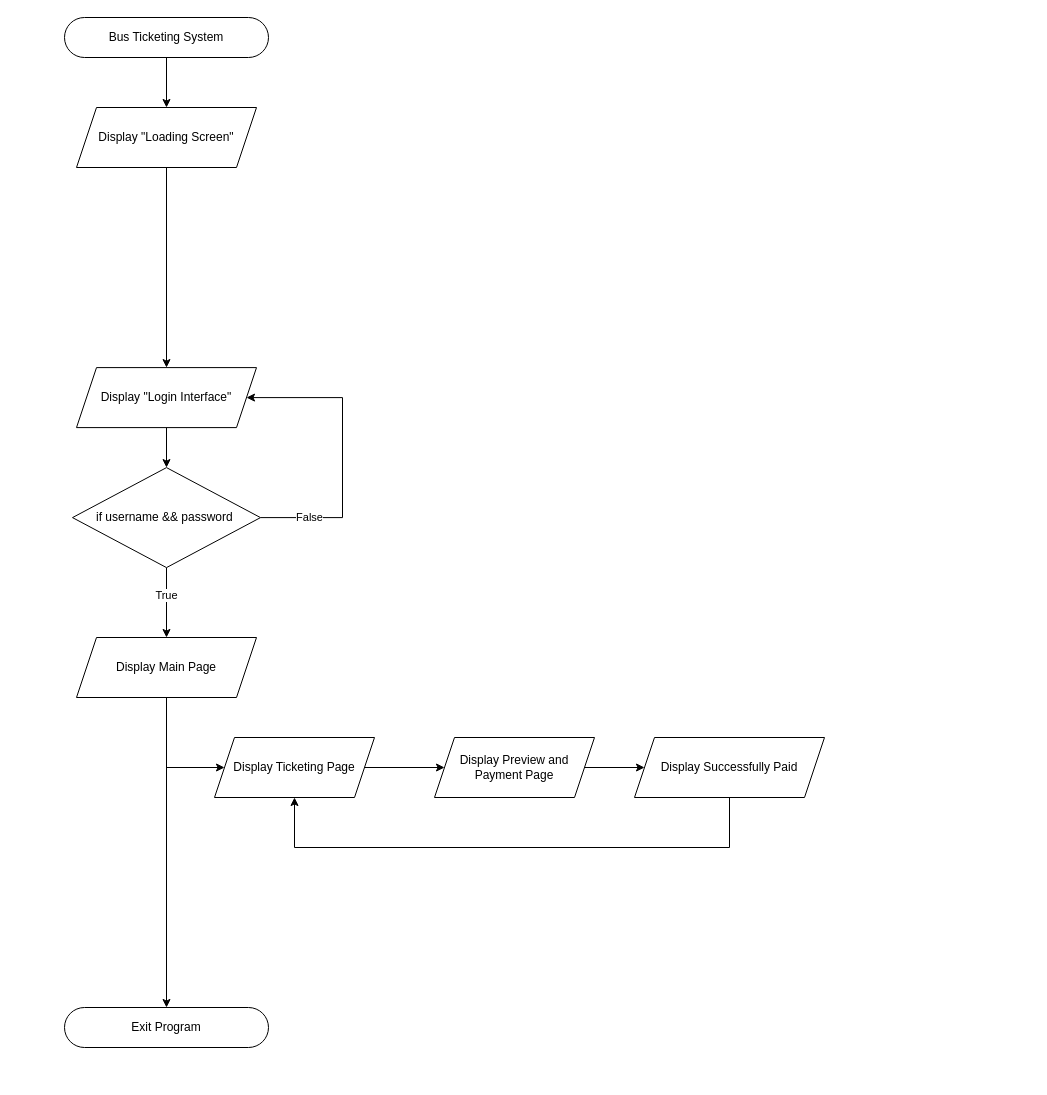
Above: Documenation/Bus Ticketing System.drawio in kenny2125/CC103-PROJECT-PROPOSAL (draw.io), before the change. Source tidied: cells renumbered, new cells numbered last; positions are measured from the earlier drawing's top-left corner, leaving out a move shared by most shapes. Both pictures are drawn from the tidied source at 100%, with x=0, y=0 at pixel (64, 17).
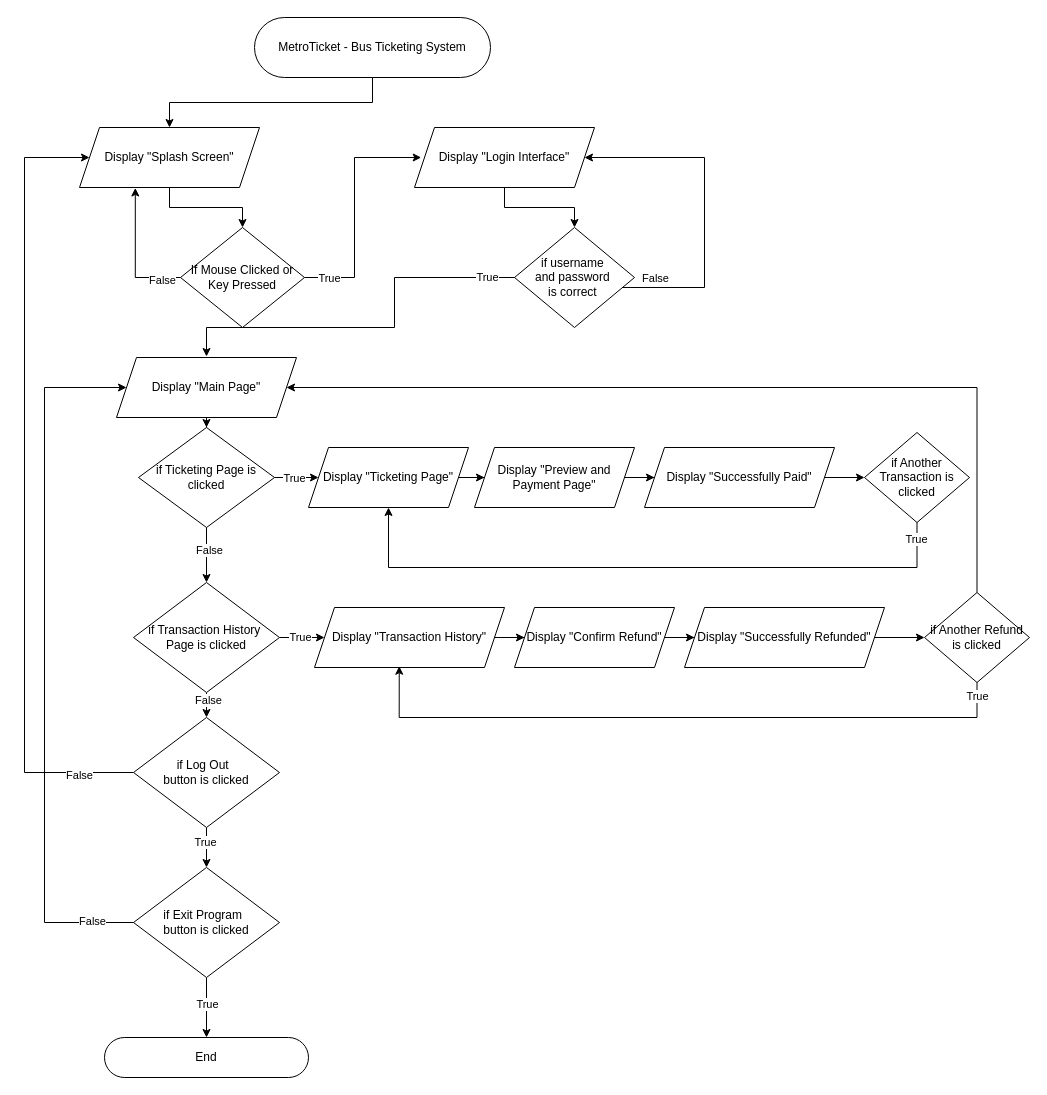
The same page after the edit.

Diff of the diagram source:
```diff
@@
-    <mxCell id="3" value="Bus Ticketing System" style="rounded=1;whiteSpace=wrap;html=1;fontSize=12;glass=0;strokeWidth=1;shadow=0;arcSize=50;" parent="1" vertex="1">
-      <mxGeometry width="204" height="40" as="geometry" />
+    <mxCell id="3" value="&lt;span class=&quot;OYPEnA text-decoration-none text-strikethrough-none&quot;&gt;MetroTicket -&amp;nbsp;&lt;/span&gt;Bus Ticketing System" style="rounded=1;whiteSpace=wrap;html=1;fontSize=12;glass=0;strokeWidth=1;shadow=0;arcSize=50;" parent="1" vertex="1">
+      <mxGeometry x="190" width="236" height="60" as="geometry" />
     </mxCell>
@@
     <mxCell id="5" value="Display &quot;Login Interface&quot;" style="shape=parallelogram;perimeter=parallelogramPerimeter;whiteSpace=wrap;html=1;fixedSize=1;" parent="1" vertex="1">
-      <mxGeometry x="12" y="350.1" width="180" height="60" as="geometry" />
+      <mxGeometry x="350" y="110" width="180" height="60" as="geometry" />
     </mxCell>
-    <mxCell id="6" value="Exit Program" style="rounded=1;whiteSpace=wrap;html=1;fontSize=12;glass=0;strokeWidth=1;shadow=0;arcSize=50;" parent="1" vertex="1">
-      <mxGeometry y="990" width="204" height="40" as="geometry" />
+    <mxCell id="6" value="End" style="rounded=1;whiteSpace=wrap;html=1;fontSize=12;glass=0;strokeWidth=1;shadow=0;arcSize=50;" parent="1" vertex="1">
+      <mxGeometry x="40" y="1020" width="204" height="40" as="geometry" />
     </mxCell>
-    <mxCell id="7" style="edgeStyle=orthogonalEdgeStyle;rounded=0;jettySize=auto;html=1;entryX=0;entryY=0.5;entryDx=0;entryDy=0;" parent="1" edge="1" source="9" target="16">
-      <mxGeometry relative="1" as="geometry">
-        <Array as="points">
-          <mxPoint x="102" y="750" />
-        </Array>
-      </mxGeometry>
-    </mxCell>
-    <mxCell id="8" style="edgeStyle=orthogonalEdgeStyle;rounded=0;jettySize=auto;html=1;entryX=0.5;entryY=0;entryDx=0;entryDy=0;" parent="1" edge="1" source="9" target="6">
-      <mxGeometry relative="1" as="geometry" />
-    </mxCell>
+    <mxCell id="23" style="edgeStyle=orthogonalEdgeStyle;rounded=0;jettySize=auto;html=1;" parent="1" edge="1" source="9" target="36">
+      <mxGeometry relative="1" as="geometry" />
+    </mxCell>
-    <mxCell id="9" value="Display Main Page" style="shape=parallelogram;perimeter=parallelogramPerimeter;whiteSpace=wrap;html=1;fixedSize=1;" parent="1" vertex="1">
-      <mxGeometry x="12" y="620" width="180" height="60" as="geometry" />
+    <mxCell id="9" value="Display &quot;Main Page&quot;" style="shape=parallelogram;perimeter=parallelogramPerimeter;whiteSpace=wrap;html=1;fixedSize=1;" parent="1" vertex="1">
+      <mxGeometry x="52" y="340" width="180" height="60" as="geometry" />
     </mxCell>
-    <mxCell id="10" style="edgeStyle=orthogonalEdgeStyle;rounded=0;jettySize=auto;html=1;entryX=0.5;entryY=0;entryDx=0;entryDy=0;" parent="1" edge="1" source="14" target="9">
-      <mxGeometry relative="1" as="geometry" />
-    </mxCell>
-    <mxCell id="11" value="True" style="edgeLabel;html=1;align=center;verticalAlign=middle;" parent="10" vertex="1">
-      <mxGeometry x="-0.22" y="-1" relative="1" as="geometry" />
-    </mxCell>
     <mxCell id="12" style="edgeStyle=orthogonalEdgeStyle;rounded=0;jettySize=auto;html=1;entryX=1;entryY=0.5;entryDx=0;entryDy=0;" parent="1" edge="1" source="14" target="5">
       <mxGeometry relative="1" as="geometry">
         <Array as="points">
-          <mxPoint x="278" y="500" />
-          <mxPoint x="278" y="380.1" />
+          <mxPoint x="640" y="270" />
+          <mxPoint x="640" y="140" />
         </Array>
       </mxGeometry>
     </mxCell>
-    <mxCell id="13" value="False" style="edgeLabel;html=1;align=center;verticalAlign=middle;" parent="12" vertex="1">
-      <mxGeometry x="-0.68" y="1" relative="1" as="geometry" />
-    </mxCell>
+    <mxCell id="24" value="False" style="edgeLabel;html=1;align=center;verticalAlign=middle;" parent="12" vertex="1">
+      <mxGeometry x="-0.8" y="2" relative="1" as="geometry">
+        <mxPoint x="-1" y="-8" as="offset" />
+      </mxGeometry>
+    </mxCell>
+    <mxCell id="25" style="edgeStyle=orthogonalEdgeStyle;rounded=0;orthogonalLoop=1;jettySize=auto;html=1;" parent="1" edge="1">
+      <mxGeometry relative="1" as="geometry">
+        <mxPoint x="462" y="260" as="sourcePoint" />
+        <mxPoint x="142" y="339" as="targetPoint" />
+        <Array as="points">
+          <mxPoint x="330" y="260" />
+          <mxPoint x="330" y="310" />
+          <mxPoint x="142" y="310" />
+        </Array>
+      </mxGeometry>
+    </mxCell>
+    <mxCell id="26" value="True" style="edgeLabel;html=1;align=center;verticalAlign=middle;" parent="25" vertex="1">
+      <mxGeometry x="-0.8" y="-1" relative="1" as="geometry" />
+    </mxCell>
-    <mxCell id="14" value="if username &amp;amp;&amp;amp; password&amp;nbsp;" style="rhombus;whiteSpace=wrap;html=1;" parent="1" vertex="1">
-      <mxGeometry x="8" y="450.1" width="188" height="100" as="geometry" />
+    <mxCell id="14" value="if username&amp;nbsp;&lt;div&gt;and password&amp;nbsp;&lt;/div&gt;&lt;div&gt;is correct&amp;nbsp;&lt;/div&gt;" style="rhombus;whiteSpace=wrap;html=1;" parent="1" vertex="1">
+      <mxGeometry x="450" y="210" width="120" height="100" as="geometry" />
     </mxCell>
@@
-    <mxCell id="16" value="Display Ticketing Page" style="shape=parallelogram;perimeter=parallelogramPerimeter;whiteSpace=wrap;html=1;fixedSize=1;" parent="1" vertex="1">
-      <mxGeometry x="150" y="720" width="160" height="60" as="geometry" />
+    <mxCell id="16" value="Display &quot;Ticketing Page&quot;" style="shape=parallelogram;perimeter=parallelogramPerimeter;whiteSpace=wrap;html=1;fixedSize=1;" parent="1" vertex="1">
+      <mxGeometry x="244" y="430" width="160" height="60" as="geometry" />
     </mxCell>
@@
-    <mxCell id="18" value="Display Preview and Payment Page" style="shape=parallelogram;perimeter=parallelogramPerimeter;whiteSpace=wrap;html=1;fixedSize=1;" parent="1" vertex="1">
-      <mxGeometry x="370" y="720" width="160" height="60" as="geometry" />
+    <mxCell id="18" value="Display &quot;Preview and Payment Page&quot;" style="shape=parallelogram;perimeter=parallelogramPerimeter;whiteSpace=wrap;html=1;fixedSize=1;" parent="1" vertex="1">
+      <mxGeometry x="410" y="430" width="160" height="60" as="geometry" />
     </mxCell>
-    <mxCell id="19" style="edgeStyle=orthogonalEdgeStyle;rounded=0;jettySize=auto;html=1;entryX=0.5;entryY=1;entryDx=0;entryDy=0;" parent="1" edge="1" source="20" target="16">
-      <mxGeometry relative="1" as="geometry">
-        <Array as="points">
-          <mxPoint x="665" y="830" />
-          <mxPoint x="230" y="830" />
-        </Array>
-      </mxGeometry>
-    </mxCell>
+    <mxCell id="27" style="edgeStyle=orthogonalEdgeStyle;rounded=0;jettySize=auto;html=1;entryX=0;entryY=0.5;entryDx=0;entryDy=0;" parent="1" edge="1" source="20" target="54">
+      <mxGeometry relative="1" as="geometry" />
+    </mxCell>
-    <mxCell id="20" value="Display Successfully Paid" style="shape=parallelogram;perimeter=parallelogramPerimeter;whiteSpace=wrap;html=1;fixedSize=1;" parent="1" vertex="1">
-      <mxGeometry x="570" y="720" width="190" height="60" as="geometry" />
+    <mxCell id="20" value="Display &quot;Successfully Paid&quot;" style="shape=parallelogram;perimeter=parallelogramPerimeter;whiteSpace=wrap;html=1;fixedSize=1;" parent="1" vertex="1">
+      <mxGeometry x="580" y="430" width="190" height="60" as="geometry" />
     </mxCell>
-    <mxCell id="21" style="edgeStyle=orthogonalEdgeStyle;rounded=0;jettySize=auto;html=1;" parent="1" edge="1" source="22" target="5">
-      <mxGeometry relative="1" as="geometry" />
-    </mxCell>
+    <mxCell id="28" style="edgeStyle=orthogonalEdgeStyle;rounded=0;jettySize=auto;html=1;" parent="1" edge="1" source="22" target="31">
+      <mxGeometry relative="1" as="geometry" />
+    </mxCell>
-    <mxCell id="22" value="Display &quot;Loading Screen&quot;" style="shape=parallelogram;perimeter=parallelogramPerimeter;whiteSpace=wrap;html=1;fixedSize=1;" parent="1" vertex="1">
-      <mxGeometry x="12" y="90" width="180" height="60" as="geometry" />
+    <mxCell id="22" value="Display &quot;Splash Screen&quot;" style="shape=parallelogram;perimeter=parallelogramPerimeter;whiteSpace=wrap;html=1;fixedSize=1;" parent="1" vertex="1">
+      <mxGeometry x="15" y="110" width="180" height="60" as="geometry" />
     </mxCell>
+    <mxCell id="29" style="edgeStyle=orthogonalEdgeStyle;rounded=0;orthogonalLoop=1;jettySize=auto;html=1;" parent="1" edge="1">
+      <mxGeometry relative="1" as="geometry">
+        <mxPoint x="240" y="260" as="sourcePoint" />
+        <mxPoint x="356.7" y="140" as="targetPoint" />
+        <Array as="points">
+          <mxPoint x="290" y="260" />
+          <mxPoint x="290" y="140" />
+        </Array>
+      </mxGeometry>
+    </mxCell>
+    <mxCell id="30" value="True" style="edgeLabel;html=1;align=center;verticalAlign=middle;" parent="29" vertex="1">
+      <mxGeometry x="-0.8" relative="1" as="geometry" />
+    </mxCell>
+    <mxCell id="31" value="If Mouse Clicked or Key Pressed" style="rhombus;whiteSpace=wrap;html=1;" parent="1" vertex="1">
+      <mxGeometry x="116" y="210" width="124" height="100" as="geometry" />
+    </mxCell>
+    <mxCell id="32" style="edgeStyle=orthogonalEdgeStyle;rounded=0;jettySize=auto;html=1;entryX=0.5;entryY=0;entryDx=0;entryDy=0;" parent="1" edge="1" source="36" target="41">
+      <mxGeometry relative="1" as="geometry" />
+    </mxCell>
+    <mxCell id="33" value="False" style="edgeLabel;html=1;align=center;verticalAlign=middle;" parent="32" vertex="1">
+      <mxGeometry x="-0.21" y="2" relative="1" as="geometry" />
+    </mxCell>
+    <mxCell id="34" style="edgeStyle=orthogonalEdgeStyle;rounded=0;jettySize=auto;html=1;entryX=0;entryY=0.5;entryDx=0;entryDy=0;" parent="1" edge="1" source="36" target="16">
+      <mxGeometry relative="1" as="geometry" />
+    </mxCell>
+    <mxCell id="35" value="True" style="edgeLabel;html=1;align=center;verticalAlign=middle;" parent="34" vertex="1">
+      <mxGeometry x="-0.25" relative="1" as="geometry" />
+    </mxCell>
+    <mxCell id="36" value="if Ticketing Page is clicked" style="rhombus;whiteSpace=wrap;html=1;" parent="1" vertex="1">
+      <mxGeometry x="74" y="410" width="136" height="100" as="geometry" />
+    </mxCell>
+    <mxCell id="37" style="edgeStyle=orthogonalEdgeStyle;rounded=0;jettySize=auto;html=1;" parent="1" edge="1" source="41" target="46">
+      <mxGeometry relative="1" as="geometry" />
+    </mxCell>
+    <mxCell id="38" value="False" style="edgeLabel;html=1;align=center;verticalAlign=middle;" parent="37" vertex="1">
+      <mxGeometry x="0.36" y="1" relative="1" as="geometry" />
+    </mxCell>
+    <mxCell id="39" style="edgeStyle=orthogonalEdgeStyle;rounded=0;jettySize=auto;html=1;entryX=0;entryY=0.5;entryDx=0;entryDy=0;" parent="1" edge="1" source="41" target="56">
+      <mxGeometry relative="1" as="geometry" />
+    </mxCell>
+    <mxCell id="40" value="True" style="edgeLabel;html=1;align=center;verticalAlign=middle;" parent="39" vertex="1">
+      <mxGeometry x="-0.29" y="-1" relative="1" as="geometry" />
+    </mxCell>
+    <mxCell id="41" value="if Transaction History&amp;nbsp;&lt;div&gt;Page is clicked&lt;/div&gt;" style="rhombus;whiteSpace=wrap;html=1;" parent="1" vertex="1">
+      <mxGeometry x="69" y="565" width="146" height="110" as="geometry" />
+    </mxCell>
+    <mxCell id="42" style="edgeStyle=orthogonalEdgeStyle;rounded=0;jettySize=auto;html=1;entryX=0.5;entryY=0;entryDx=0;entryDy=0;" parent="1" edge="1" source="46" target="51">
+      <mxGeometry relative="1" as="geometry" />
+    </mxCell>
+    <mxCell id="43" value="True" style="edgeLabel;html=1;align=center;verticalAlign=middle;" parent="42" vertex="1">
+      <mxGeometry x="-0.3" y="-2" relative="1" as="geometry" />
+    </mxCell>
+    <mxCell id="44" style="edgeStyle=orthogonalEdgeStyle;rounded=0;jettySize=auto;html=1;entryX=0;entryY=0.5;entryDx=0;entryDy=0;" parent="1" edge="1" source="46" target="22">
+      <mxGeometry relative="1" as="geometry">
+        <Array as="points">
+          <mxPoint x="-40" y="755" />
+          <mxPoint x="-40" y="140" />
+        </Array>
+      </mxGeometry>
+    </mxCell>
+    <mxCell id="45" value="False" style="edgeLabel;html=1;align=center;verticalAlign=middle;" parent="44" vertex="1">
+      <mxGeometry x="-0.86" y="2" relative="1" as="geometry" />
+    </mxCell>
+    <mxCell id="46" value="if Log Out&amp;nbsp;&amp;nbsp;&lt;div&gt;button is clicked&lt;/div&gt;" style="rhombus;whiteSpace=wrap;html=1;" parent="1" vertex="1">
+      <mxGeometry x="69" y="700" width="146" height="110" as="geometry" />
+    </mxCell>
+    <mxCell id="47" style="edgeStyle=orthogonalEdgeStyle;rounded=0;jettySize=auto;html=1;entryX=0.5;entryY=0;entryDx=0;entryDy=0;" parent="1" edge="1" source="51" target="6">
+      <mxGeometry relative="1" as="geometry" />
+    </mxCell>
+    <mxCell id="48" value="True" style="edgeLabel;html=1;align=center;verticalAlign=middle;" parent="47" vertex="1">
+      <mxGeometry x="-0.15" relative="1" as="geometry" />
+    </mxCell>
+    <mxCell id="49" style="edgeStyle=orthogonalEdgeStyle;rounded=0;jettySize=auto;html=1;entryX=0;entryY=0.5;entryDx=0;entryDy=0;" parent="1" edge="1" source="51" target="9">
+      <mxGeometry relative="1" as="geometry">
+        <Array as="points">
+          <mxPoint x="-20" y="905" />
+          <mxPoint x="-20" y="370" />
+        </Array>
+      </mxGeometry>
+    </mxCell>
+    <mxCell id="50" value="False" style="edgeLabel;html=1;align=center;verticalAlign=middle;" parent="49" vertex="1">
+      <mxGeometry x="-0.88" y="-2" relative="1" as="geometry" />
+    </mxCell>
+    <mxCell id="51" value="if Exit Program&amp;nbsp;&amp;nbsp;&lt;div&gt;button is clicked&lt;/div&gt;" style="rhombus;whiteSpace=wrap;html=1;" parent="1" vertex="1">
+      <mxGeometry x="69" y="850" width="146" height="110" as="geometry" />
+    </mxCell>
+    <mxCell id="52" style="edgeStyle=orthogonalEdgeStyle;rounded=0;jettySize=auto;html=1;entryX=0.5;entryY=1;entryDx=0;entryDy=0;exitX=0.5;exitY=1;exitDx=0;exitDy=0;" parent="1" edge="1" source="54" target="16">
+      <mxGeometry relative="1" as="geometry">
+        <Array as="points">
+          <mxPoint x="852" y="550" />
+          <mxPoint x="324" y="550" />
+        </Array>
+      </mxGeometry>
+    </mxCell>
+    <mxCell id="53" value="True" style="edgeLabel;html=1;align=center;verticalAlign=middle;" parent="52" vertex="1">
+      <mxGeometry x="-0.95" y="-1" relative="1" as="geometry" />
+    </mxCell>
+    <mxCell id="54" value="if Another Transaction is clicked" style="rhombus;whiteSpace=wrap;html=1;" parent="1" vertex="1">
+      <mxGeometry x="800" y="415" width="105" height="90" as="geometry" />
+    </mxCell>
+    <mxCell id="55" style="edgeStyle=orthogonalEdgeStyle;rounded=0;jettySize=auto;html=1;" parent="1" edge="1" source="56" target="58">
+      <mxGeometry relative="1" as="geometry" />
+    </mxCell>
+    <mxCell id="56" value="Display &quot;Transaction History&quot;" style="shape=parallelogram;perimeter=parallelogramPerimeter;whiteSpace=wrap;html=1;fixedSize=1;" parent="1" vertex="1">
+      <mxGeometry x="250" y="590" width="190" height="60" as="geometry" />
+    </mxCell>
+    <mxCell id="57" style="edgeStyle=orthogonalEdgeStyle;rounded=0;jettySize=auto;html=1;" parent="1" edge="1" source="58" target="60">
+      <mxGeometry relative="1" as="geometry" />
+    </mxCell>
+    <mxCell id="58" value="Display &quot;Confirm Refund&quot;" style="shape=parallelogram;perimeter=parallelogramPerimeter;whiteSpace=wrap;html=1;fixedSize=1;" parent="1" vertex="1">
+      <mxGeometry x="450" y="590" width="160" height="60" as="geometry" />
+    </mxCell>
+    <mxCell id="59" style="edgeStyle=orthogonalEdgeStyle;rounded=0;jettySize=auto;html=1;entryX=0;entryY=0.5;entryDx=0;entryDy=0;" parent="1" edge="1" source="60" target="62">
+      <mxGeometry relative="1" as="geometry" />
+    </mxCell>
+    <mxCell id="60" value="Display &quot;Successfully Refunded&quot;" style="shape=parallelogram;perimeter=parallelogramPerimeter;whiteSpace=wrap;html=1;fixedSize=1;" parent="1" vertex="1">
+      <mxGeometry x="620" y="590" width="200" height="60" as="geometry" />
+    </mxCell>
+    <mxCell id="61" style="edgeStyle=orthogonalEdgeStyle;rounded=0;jettySize=auto;html=1;entryX=1;entryY=0.5;entryDx=0;entryDy=0;" parent="1" edge="1" source="62" target="9">
+      <mxGeometry relative="1" as="geometry">
+        <Array as="points">
+          <mxPoint x="912" y="370" />
+        </Array>
+      </mxGeometry>
+    </mxCell>
+    <mxCell id="62" value="if Another Refund is clicked" style="rhombus;whiteSpace=wrap;html=1;" parent="1" vertex="1">
+      <mxGeometry x="860" y="575" width="105" height="90" as="geometry" />
+    </mxCell>
+    <mxCell id="63" style="edgeStyle=orthogonalEdgeStyle;rounded=0;jettySize=auto;html=1;entryX=0.446;entryY=0.979;entryDx=0;entryDy=0;entryPerimeter=0;exitX=0.5;exitY=1;exitDx=0;exitDy=0;" parent="1" edge="1" source="62" target="56">
+      <mxGeometry relative="1" as="geometry">
+        <Array as="points">
+          <mxPoint x="912" y="700" />
+          <mxPoint x="335" y="700" />
+        </Array>
+      </mxGeometry>
+    </mxCell>
+    <mxCell id="64" value="True" style="edgeLabel;html=1;align=center;verticalAlign=middle;" parent="63" vertex="1">
+      <mxGeometry x="-0.96" relative="1" as="geometry" />
+    </mxCell>
+    <mxCell id="65" style="edgeStyle=orthogonalEdgeStyle;rounded=0;jettySize=auto;html=1;entryX=0.31;entryY=1.008;entryDx=0;entryDy=0;entryPerimeter=0;" parent="1" edge="1" source="31" target="22">
+      <mxGeometry relative="1" as="geometry">
+        <Array as="points">
+          <mxPoint x="71" y="260" />
+        </Array>
+      </mxGeometry>
+    </mxCell>
+    <mxCell id="66" value="False" style="edgeLabel;html=1;align=center;verticalAlign=middle;" parent="65" vertex="1">
+      <mxGeometry x="-0.72" y="2" relative="1" as="geometry" />
+    </mxCell>
```
